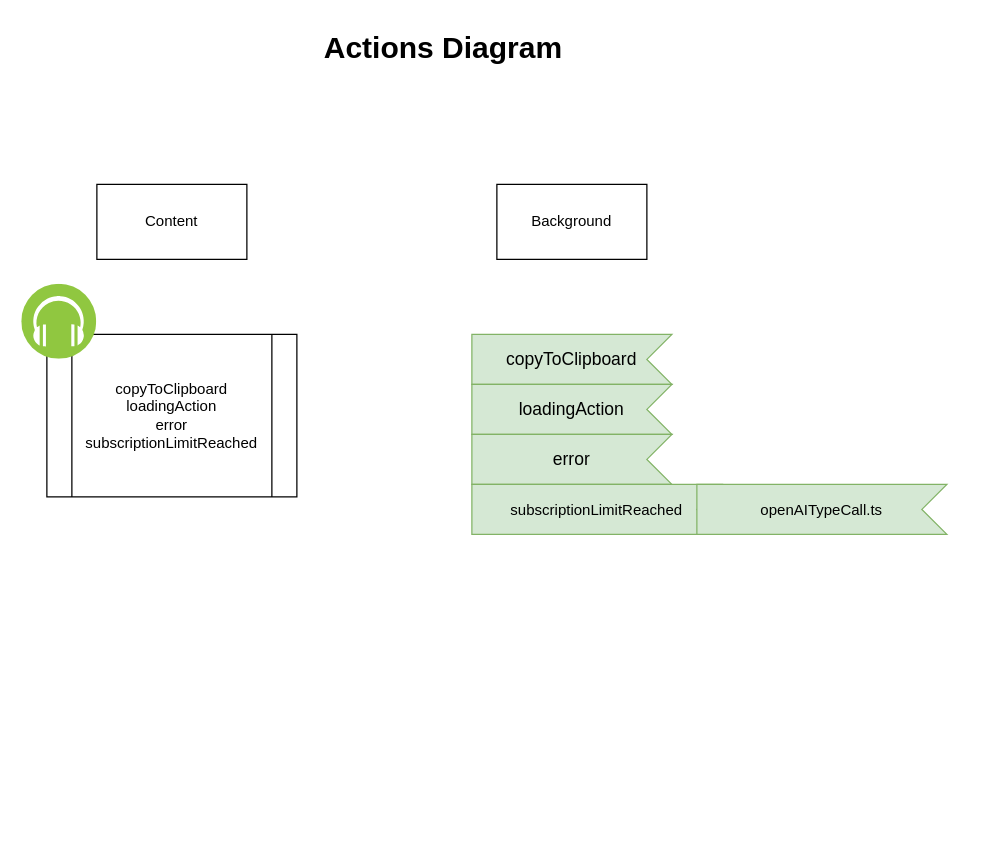
Above: assets/showcase/Untitled Diagram.drawio in albertocubeddu/extensionOS (draw.io), before the change. Source tidied: cells renumbered, new cells numbered last; positions are measured from the earlier drawing's top-left corner, leaving out a move shared by most shapes. Both pictures are drawn from the tidied source at 125%, with x=0, y=0 at pixel (21, 21).
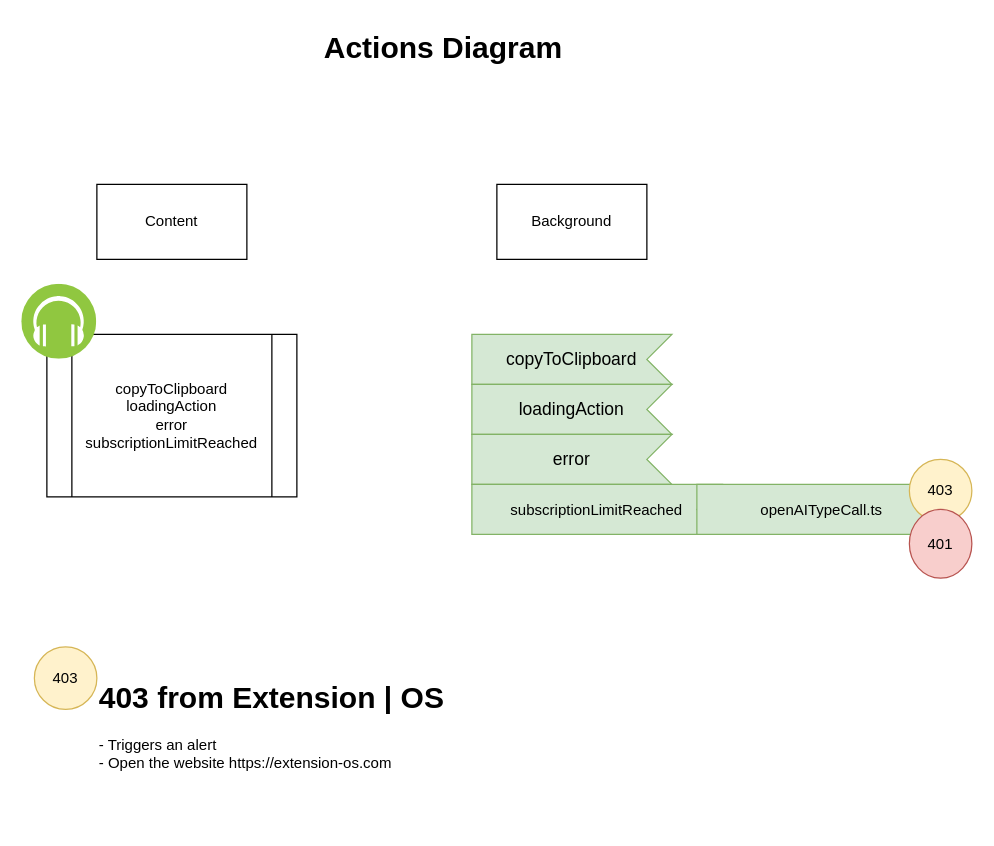
The same page after the edit.

Diff of the diagram source:
```diff
@@
 <mxGraphModel>
   <root>
     <mxCell id="0" />
     <mxCell id="1" parent="0" />
     <mxCell id="2" value="Content" style="rounded=0;whiteSpace=wrap;html=1;" parent="1" vertex="1">
       <mxGeometry x="60" y="130" width="120" height="60" as="geometry" />
     </mxCell>
     <mxCell id="3" value="Background" style="rounded=0;whiteSpace=wrap;html=1;" parent="1" vertex="1">
       <mxGeometry x="380" y="130" width="120" height="60" as="geometry" />
     </mxCell>
     <mxCell id="4" value="copyToClipboard&lt;div&gt;loadingAction&lt;/div&gt;&lt;div&gt;error&lt;/div&gt;&lt;div&gt;subscriptionLimitReached&lt;/div&gt;" style="shape=process;whiteSpace=wrap;html=1;backgroundOutline=1;" parent="1" vertex="1">
       <mxGeometry x="20" y="250" width="200" height="130" as="geometry" />
     </mxCell>
     <mxCell id="5" style="image;perimeter=ellipsePerimeter;html=1;align=center;shadow=0;dashed=0;fontColor=#4277BB;labelBackgroundColor=default;fontSize=12;spacingTop=3;image=img/lib/ibm/blockchain/event_listener.svg;" parent="1" vertex="1">
       <mxGeometry y="210" width="60" height="60" as="geometry" />
     </mxCell>
     <mxCell id="6" value="copyToClipboard" style="html=1;shape=mxgraph.infographic.ribbonSimple;notch1=20;notch2=0;align=center;verticalAlign=middle;fontSize=14;fontStyle=0;flipH=1;fillColor=#d5e8d4;whiteSpace=wrap;strokeColor=#82b366;" parent="1" vertex="1">
       <mxGeometry x="360" y="250" width="160" height="40" as="geometry" />
     </mxCell>
     <mxCell id="7" value="loadingAction" style="html=1;shape=mxgraph.infographic.ribbonSimple;notch1=20;notch2=0;align=center;verticalAlign=middle;fontSize=14;fontStyle=0;flipH=1;fillColor=#d5e8d4;whiteSpace=wrap;strokeColor=#82b366;" parent="1" vertex="1">
       <mxGeometry x="360" y="290" width="160" height="40" as="geometry" />
     </mxCell>
     <mxCell id="8" value="error" style="html=1;shape=mxgraph.infographic.ribbonSimple;notch1=20;notch2=0;align=center;verticalAlign=middle;fontSize=14;fontStyle=0;flipH=1;fillColor=#d5e8d4;whiteSpace=wrap;strokeColor=#82b366;" parent="1" vertex="1">
       <mxGeometry x="360" y="330" width="160" height="40" as="geometry" />
     </mxCell>
     <mxCell id="9" value="&lt;span style=&quot;font-size: 12px;&quot;&gt;subscriptionLimitReached&lt;/span&gt;" style="html=1;shape=mxgraph.infographic.ribbonSimple;notch1=20;notch2=0;align=center;verticalAlign=middle;fontSize=14;fontStyle=0;flipH=1;fillColor=#d5e8d4;whiteSpace=wrap;strokeColor=#82b366;" parent="1" vertex="1">
       <mxGeometry x="360" y="370" width="200" height="40" as="geometry" />
     </mxCell>
     <mxCell id="10" value="&lt;span style=&quot;font-size: 12px;&quot;&gt;openAITypeCall.ts&lt;/span&gt;" style="html=1;shape=mxgraph.infographic.ribbonSimple;notch1=20;notch2=0;align=center;verticalAlign=middle;fontSize=14;fontStyle=0;flipH=1;fillColor=#d5e8d4;whiteSpace=wrap;strokeColor=#82b366;" parent="1" vertex="1">
       <mxGeometry x="540" y="370" width="200" height="40" as="geometry" />
     </mxCell>
     <mxCell id="11" value="&lt;h1 style=&quot;margin-top: 0px;&quot;&gt;Actions Diagram&lt;/h1&gt;" style="text;html=1;whiteSpace=wrap;overflow=hidden;rounded=0;" parent="1" vertex="1">
       <mxGeometry x="240" width="200" height="40" as="geometry" />
     </mxCell>
+    <mxCell id="12" value="403" style="ellipse;whiteSpace=wrap;html=1;fillColor=#fff2cc;strokeColor=#d6b656;" parent="1" vertex="1">
+      <mxGeometry x="710" y="350" width="50" height="50" as="geometry" />
+    </mxCell>
+    <mxCell id="13" value="401" style="ellipse;whiteSpace=wrap;html=1;fillColor=#f8cecc;strokeColor=#b85450;" parent="1" vertex="1">
+      <mxGeometry x="710" y="390" width="50" height="55" as="geometry" />
+    </mxCell>
+    <mxCell id="14" value="403" style="ellipse;whiteSpace=wrap;html=1;fillColor=#fff2cc;strokeColor=#d6b656;" parent="1" vertex="1">
+      <mxGeometry x="10" y="500" width="50" height="50" as="geometry" />
+    </mxCell>
+    <mxCell id="15" value="&lt;h1 style=&quot;margin-top: 0px;&quot;&gt;403 from Extension | OS&lt;/h1&gt;&lt;p&gt;- Triggers an alert&amp;nbsp;&lt;br&gt;- Open the website https://extension-os.com&lt;/p&gt;" style="text;html=1;whiteSpace=wrap;overflow=hidden;rounded=0;" parent="1" vertex="1">
+      <mxGeometry x="60" y="520" width="310" height="120" as="geometry" />
+    </mxCell>
   </root>
 </mxGraphModel>
```
